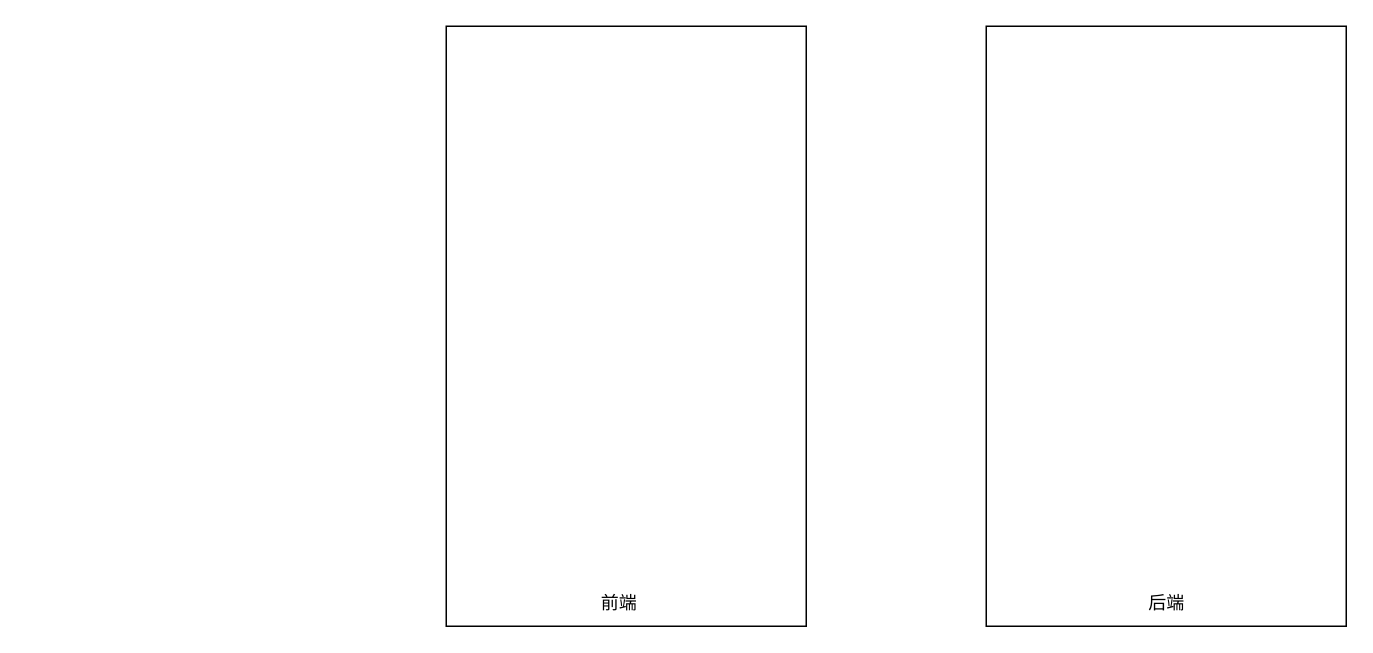
Earlier version of the draw.io diagram 设备监控流程.drawio (KNAI-I/test). Source tidied: cells renumbered, new cells numbered last; positions are measured from the earlier drawing's top-left corner, leaving out a move shared by most shapes. Both pictures are drawn from the tidied source at 150%, with x=0, y=0 at pixel (446, 26).
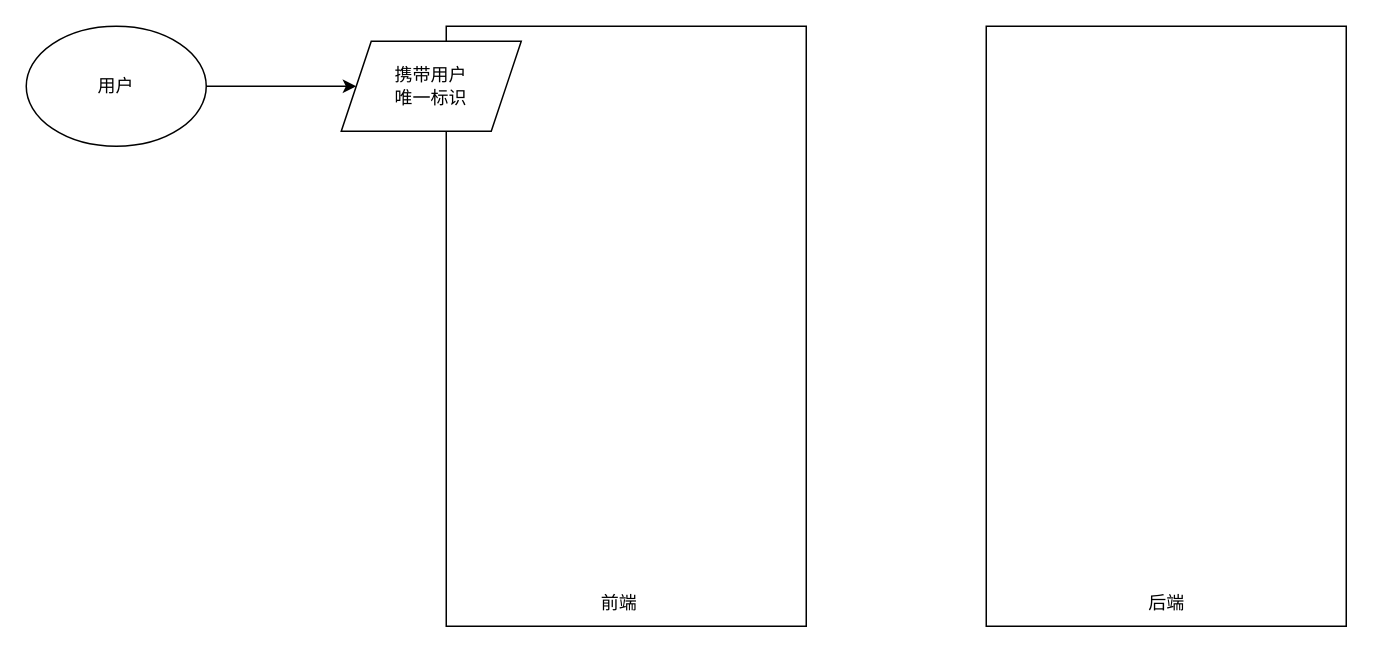
After the change.

Commit message (it also covers changes not shown here):
更新设备监控流程.drawio

The edit, as a diff of the source:
```diff
@@
 <mxGraphModel>
   <root>
     <mxCell id="0" />
     <mxCell id="1" parent="0" />
     <mxCell id="2" style="rounded=0;whiteSpace=wrap;html=1;" parent="1" vertex="1">
       <mxGeometry width="240" height="400" as="geometry" />
     </mxCell>
     <mxCell id="3" style="rounded=0;whiteSpace=wrap;html=1;" parent="1" vertex="1">
       <mxGeometry x="360" width="240" height="400" as="geometry" />
     </mxCell>
     <mxCell id="4" value="前端" style="text;html=1;align=center;verticalAlign=middle;strokeColor=none;fillColor=none;" parent="1" vertex="1">
       <mxGeometry x="90" y="370" width="50" height="30" as="geometry" />
     </mxCell>
     <mxCell id="5" value="后端" style="text;html=1;align=center;verticalAlign=middle;strokeColor=none;fillColor=none;" parent="1" vertex="1">
       <mxGeometry x="455" y="370" width="50" height="30" as="geometry" />
     </mxCell>
+    <mxCell id="6" value="用户" style="ellipse;whiteSpace=wrap;html=1;" parent="1" vertex="1">
+      <mxGeometry x="-280" width="120" height="80" as="geometry" />
+    </mxCell>
+    <mxCell id="7" style="endArrow=classic;html=1;rounded=0;exitX=1;exitY=0.5;exitDx=0;exitDy=0;entryX=0;entryY=0.5;entryDx=0;entryDy=0;" parent="1" edge="1" source="6" target="8">
+      <mxGeometry relative="1" as="geometry" />
+    </mxCell>
+    <mxCell id="8" value="携带用户&lt;br&gt;唯一标识" style="shape=parallelogram;perimeter=parallelogramPerimeter;whiteSpace=wrap;html=1;fixedSize=1;" parent="1" vertex="1">
+      <mxGeometry x="-70" y="10" width="120" height="60" as="geometry" />
+    </mxCell>
   </root>
 </mxGraphModel>
```
